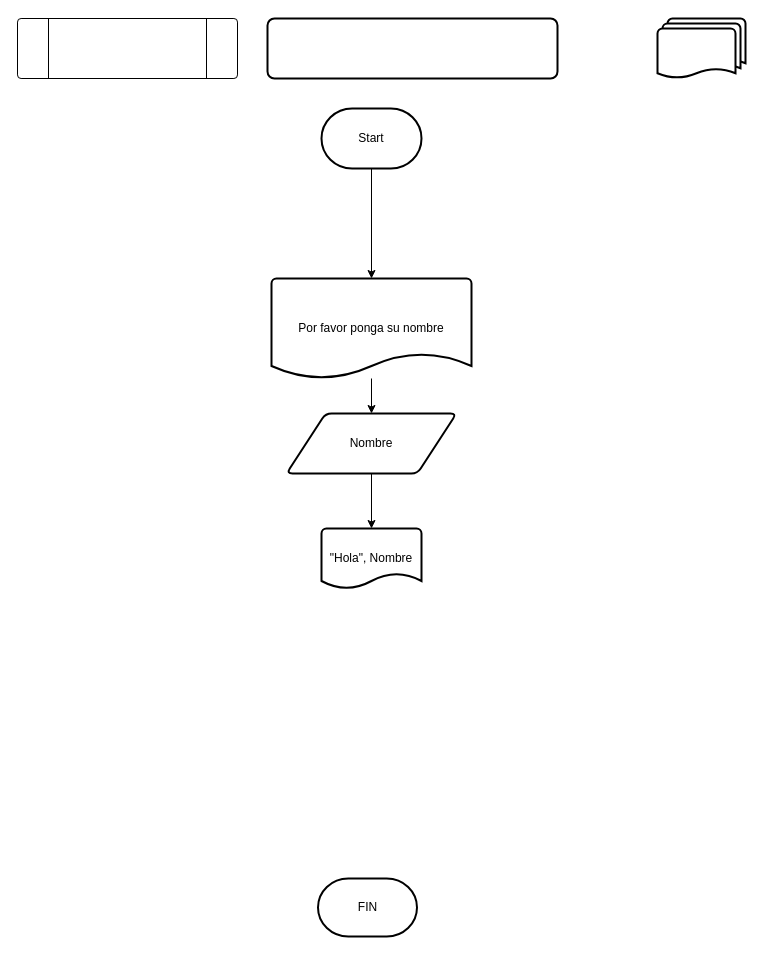
The draw.io diagram Diagrama sin título.drawio in TheJorgius/Draw.io-Apuntes-DAM1, before the edit. Source tidied: cells renumbered, new cells numbered last; positions are measured from the earlier drawing's top-left corner, leaving out a move shared by most shapes. Both pictures are drawn from the tidied source at 100%, with x=0, y=0 at pixel (17, 18).
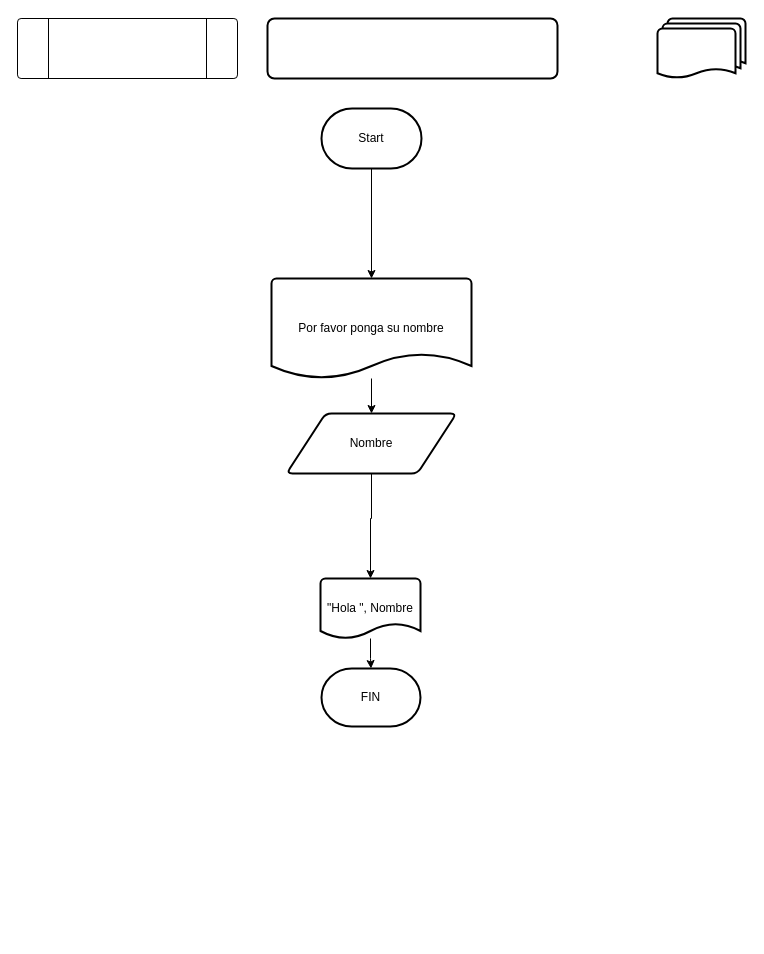
After the change.

Diff of the diagram source:
```diff
@@
 <mxGraphModel>
   <root>
     <mxCell id="0" />
     <mxCell id="1" parent="0" />
     <mxCell id="2" style="edgeStyle=orthogonalEdgeStyle;rounded=0;jettySize=auto;html=1;" parent="1" edge="1" source="3" target="4">
       <mxGeometry relative="1" as="geometry" />
     </mxCell>
     <mxCell id="3" value="Por favor ponga su nombre" style="strokeWidth=2;html=1;shape=mxgraph.flowchart.document2;whiteSpace=wrap;size=0.25;" parent="1" vertex="1">
       <mxGeometry x="254" y="260" width="200" height="100" as="geometry" />
     </mxCell>
     <mxCell id="4" value="&lt;font style=&quot;color: light-dark(rgb(0, 0, 0), rgb(255, 0, 0));&quot;&gt;Nombre&lt;/font&gt;" style="shape=parallelogram;html=1;strokeWidth=2;perimeter=parallelogramPerimeter;whiteSpace=wrap;rounded=1;arcSize=12;size=0.23;" parent="1" vertex="1">
       <mxGeometry x="269" y="395" width="170" height="60" as="geometry" />
     </mxCell>
     <mxCell id="5" style="verticalLabelPosition=bottom;verticalAlign=top;html=1;shape=process;whiteSpace=wrap;rounded=1;size=0.14;arcSize=6;" parent="1" vertex="1">
       <mxGeometry width="220" height="60" as="geometry" />
     </mxCell>
     <mxCell id="6" style="rounded=1;whiteSpace=wrap;html=1;absoluteArcSize=1;arcSize=14;strokeWidth=2;" parent="1" vertex="1">
       <mxGeometry x="250" width="290" height="60" as="geometry" />
     </mxCell>
     <mxCell id="7" style="strokeWidth=2;html=1;shape=mxgraph.flowchart.multi-document;whiteSpace=wrap;" parent="1" vertex="1">
       <mxGeometry x="640" width="88" height="60" as="geometry" />
     </mxCell>
     <mxCell id="8" style="edgeStyle=orthogonalEdgeStyle;rounded=0;jettySize=auto;html=1;" parent="1" edge="1" source="9" target="3">
       <mxGeometry relative="1" as="geometry" />
     </mxCell>
     <mxCell id="9" value="Start" style="strokeWidth=2;html=1;shape=mxgraph.flowchart.terminator;whiteSpace=wrap;" parent="1" vertex="1">
       <mxGeometry x="304" y="90" width="100" height="60" as="geometry" />
     </mxCell>
     <mxCell id="10" value="FIN" style="strokeWidth=2;html=1;shape=mxgraph.flowchart.terminator;whiteSpace=wrap;" parent="1" vertex="1">
-      <mxGeometry x="300.5" y="860" width="99" height="58" as="geometry" />
+      <mxGeometry x="304" y="650" width="99" height="58" as="geometry" />
     </mxCell>
-    <mxCell id="11" value="&quot;Hola&quot;, &lt;font style=&quot;color: light-dark(rgb(0, 0, 0), rgb(255, 0, 0));&quot;&gt;Nombre&lt;/font&gt;" style="strokeWidth=2;html=1;shape=mxgraph.flowchart.document2;whiteSpace=wrap;size=0.25;" parent="1" vertex="1">
-      <mxGeometry x="304" y="510" width="100" height="60" as="geometry" />
+    <mxCell id="11" value="&quot;Hola &quot;, &lt;font style=&quot;color: light-dark(rgb(0, 0, 0), rgb(255, 0, 0));&quot;&gt;Nombre&lt;/font&gt;" style="strokeWidth=2;html=1;shape=mxgraph.flowchart.document2;whiteSpace=wrap;size=0.25;" parent="1" vertex="1">
+      <mxGeometry x="303" y="560" width="100" height="60" as="geometry" />
     </mxCell>
     <mxCell id="12" style="edgeStyle=orthogonalEdgeStyle;rounded=0;jettySize=auto;html=1;exitX=0.5;exitY=1;exitDx=0;exitDy=0;entryX=0.5;entryY=0;entryDx=0;entryDy=0;entryPerimeter=0;" parent="1" edge="1" source="4" target="11">
-      <mxGeometry relative="1" as="geometry" />
+      <mxGeometry relative="1" as="geometry">
+        <Array as="points">
+          <mxPoint x="354" y="500" />
+          <mxPoint x="353" y="500" />
+        </Array>
+      </mxGeometry>
     </mxCell>
+    <mxCell id="13" style="edgeStyle=orthogonalEdgeStyle;rounded=0;jettySize=auto;html=1;entryX=0.5;entryY=0;entryDx=0;entryDy=0;entryPerimeter=0;" parent="1" edge="1" source="11" target="10">
+      <mxGeometry relative="1" as="geometry" />
+    </mxCell>
   </root>
 </mxGraphModel>
```
